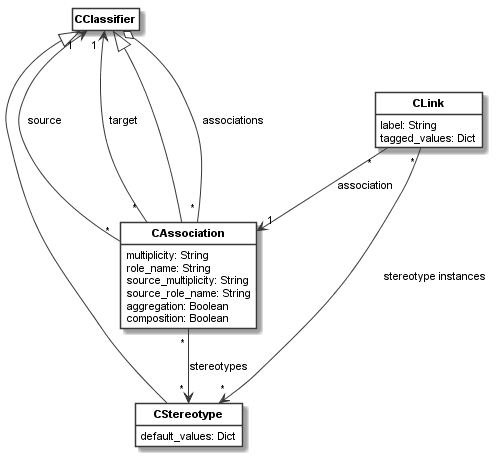
The PlantUML diagram docsrc/source/images/association_model.png in uzdun/CodeableModels, before a commit.
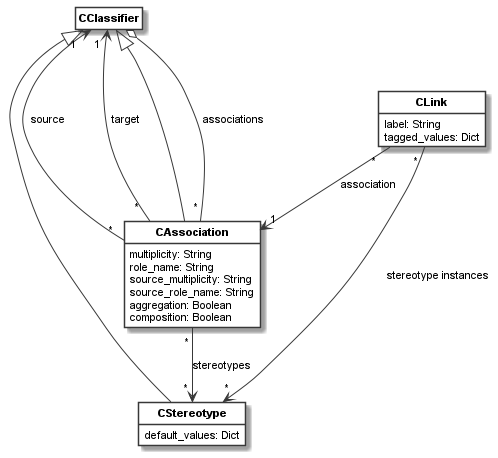
Above is the later version.

Diff of the diagram source:
```diff
@@ -5,9 +5,8 @@
 hide circle
 skinparam defaultFontName Arial
 skinparam defaultFontSize 11
-skinparam classfontstyle bold
-class "CClassifier" as __1_CClassifier
-class "CAssociation" as __2_CAssociation{
+class "<b>CClassifier</b>" as __1_CClassifier
+class "<b>CAssociation</b>" as __2_CAssociation{
 multiplicity: String
 role_name: String
 source_multiplicity: String
@@ -16,12 +15,12 @@
 composition: Boolean
 }
 
-class "CLink" as __3_CLink{
+class "<b>CLink</b>" as __3_CLink{
 label: String
 tagged_values: Dict
 }
 
-class "CStereotype" as __4_CStereotype{
+class "<b>CStereotype</b>" as __4_CStereotype{
 default_values: Dict
 }
 
```
